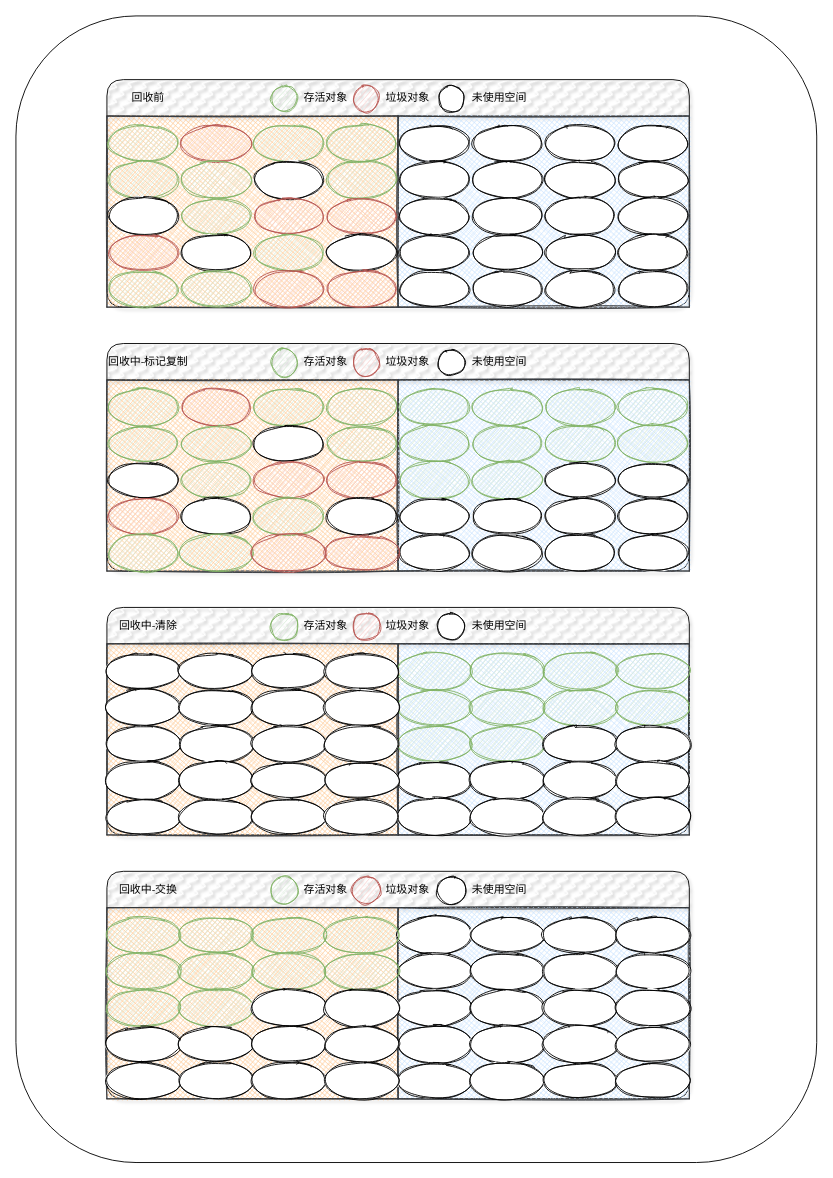
Above: draw/jvm/垃圾回收算法-标记整理.drawio in Thechc/materials (draw.io), before the change. Source tidied: cells renumbered, new cells numbered last; positions are measured from the earlier drawing's top-left corner, leaving out a move shared by most shapes. Both pictures are drawn from the tidied source at 91%, with x=0, y=0 at pixel (15, 15).
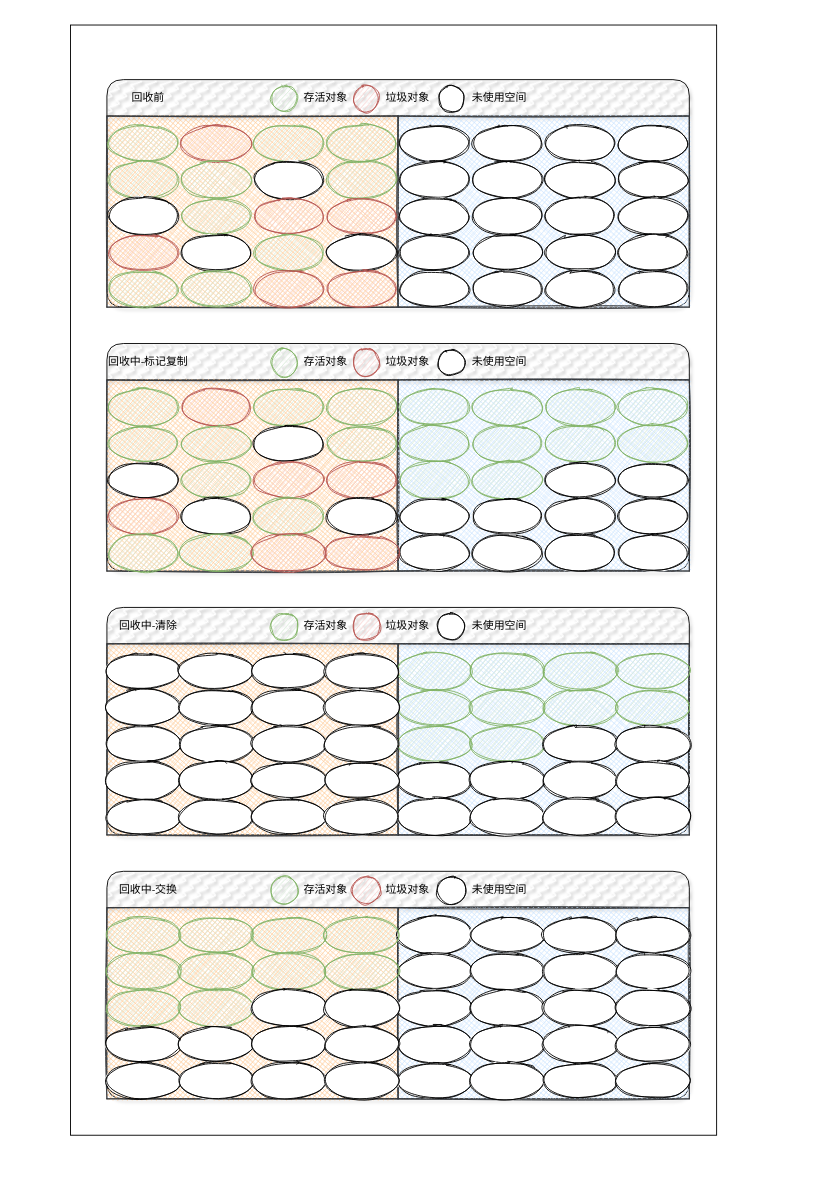
The same page after the edit.

Commit message (it also covers changes not shown here):
Update 垃圾回收算法-标记整理.drawio

The edit, as a diff of the source:
```diff
@@
-    <mxCell id="2" style="rounded=1;whiteSpace=wrap;html=1;sketch=0;fillStyle=cross-hatch;gradientColor=none;" parent="1" vertex="1">
-      <mxGeometry width="880" height="1260" as="geometry" />
-    </mxCell>
+    <mxCell id="203" style="rounded=0;whiteSpace=wrap;html=1;sketch=0;fillStyle=cross-hatch;gradientColor=none;" parent="1" vertex="1">
+      <mxGeometry x="60" y="10" width="710" height="1220" as="geometry" />
+    </mxCell>
```
